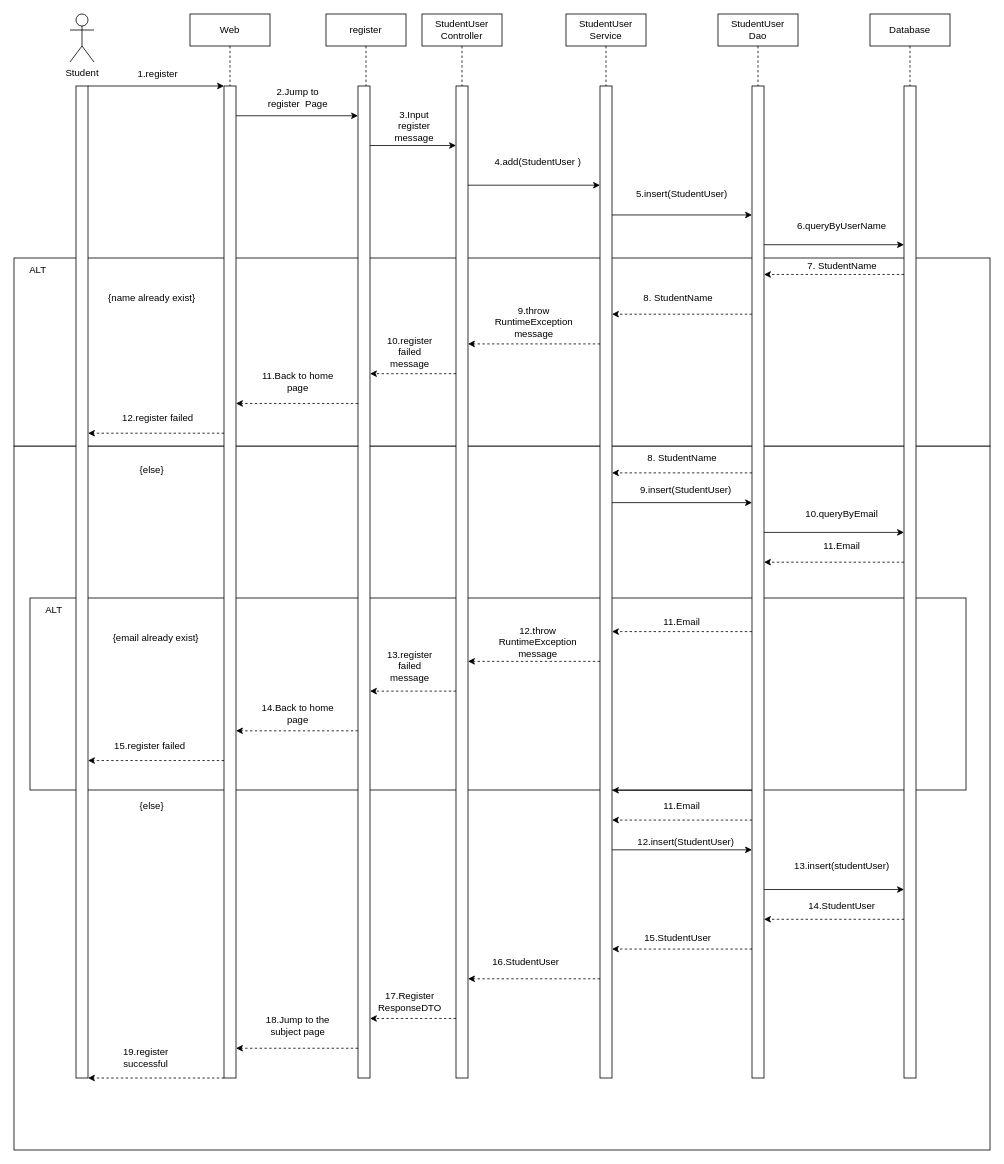
Before: Login.drawio in vriusc/Intelligent-Tutoring-System, a draw.io diagram. Source tidied: cells renumbered, new cells numbered last; positions are measured from the earlier drawing's top-left corner, leaving out a move shared by most shapes. Both pictures are drawn from the tidied source at 80%, with x=0, y=0 at pixel (14, 14).
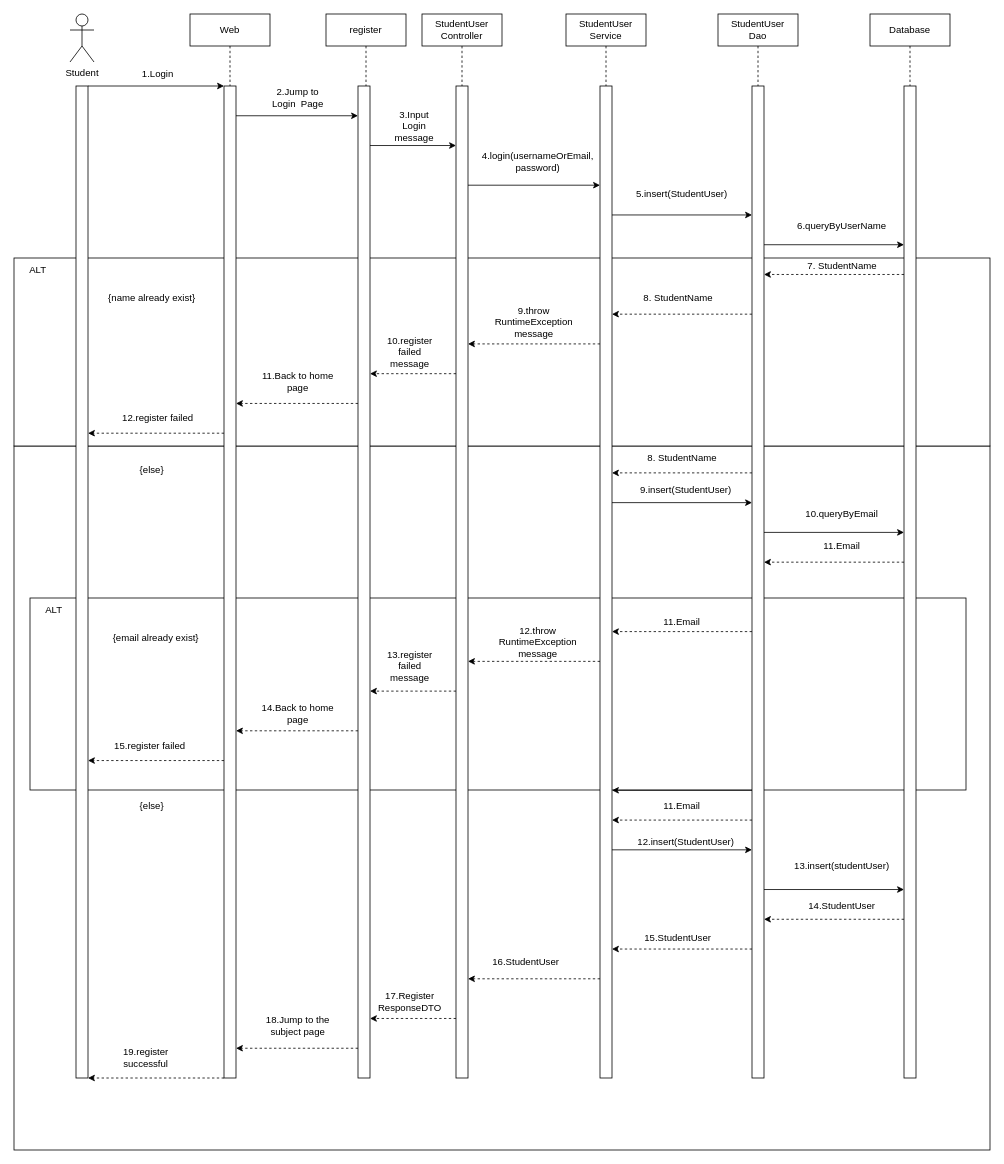
After the change.

Change to the diagram source:
```diff
@@
-    <mxCell id="10" value="1.register" style="text;html=1;strokeColor=none;fillColor=none;align=center;verticalAlign=middle;whiteSpace=wrap;rounded=0;" parent="1" vertex="1">
+    <mxCell id="10" value="1.Login" style="text;html=1;strokeColor=none;fillColor=none;align=center;verticalAlign=middle;whiteSpace=wrap;rounded=0;" parent="1" vertex="1">
       <mxGeometry x="150" y="60" width="60" height="30" as="geometry" />
     </mxCell>
@@
-    <mxCell id="13" value="2.Jump to&lt;br&gt;register&amp;nbsp; Page" style="text;html=1;strokeColor=none;fillColor=none;align=center;verticalAlign=middle;whiteSpace=wrap;rounded=0;" parent="1" vertex="1">
+    <mxCell id="13" value="2.Jump to&lt;br&gt;Login&amp;nbsp; Page" style="text;html=1;strokeColor=none;fillColor=none;align=center;verticalAlign=middle;whiteSpace=wrap;rounded=0;" parent="1" vertex="1">
       <mxGeometry x="290" y="70" width="130" height="70" as="geometry" />
     </mxCell>
-    <mxCell id="14" value="3.Input&lt;br&gt;register&lt;br&gt;message" style="text;html=1;align=center;verticalAlign=middle;strokeColor=none;fillColor=none;" parent="1" vertex="1">
+    <mxCell id="14" value="3.Input&lt;br&gt;Login&lt;br&gt;message" style="text;html=1;align=center;verticalAlign=middle;strokeColor=none;fillColor=none;" parent="1" vertex="1">
       <mxGeometry x="465" y="110" width="70" height="60" as="geometry" />
     </mxCell>
-    <mxCell id="15" value="4.add(StudentUser )" style="text;html=1;strokeColor=none;fillColor=none;align=center;verticalAlign=middle;whiteSpace=wrap;rounded=0;" parent="1" vertex="1">
+    <mxCell id="15" value="4.login(usernameOrEmail, password)" style="text;html=1;strokeColor=none;fillColor=none;align=center;verticalAlign=middle;whiteSpace=wrap;rounded=0;" parent="1" vertex="1">
       <mxGeometry x="590" y="170" width="130" height="30" as="geometry" />
     </mxCell>
```
